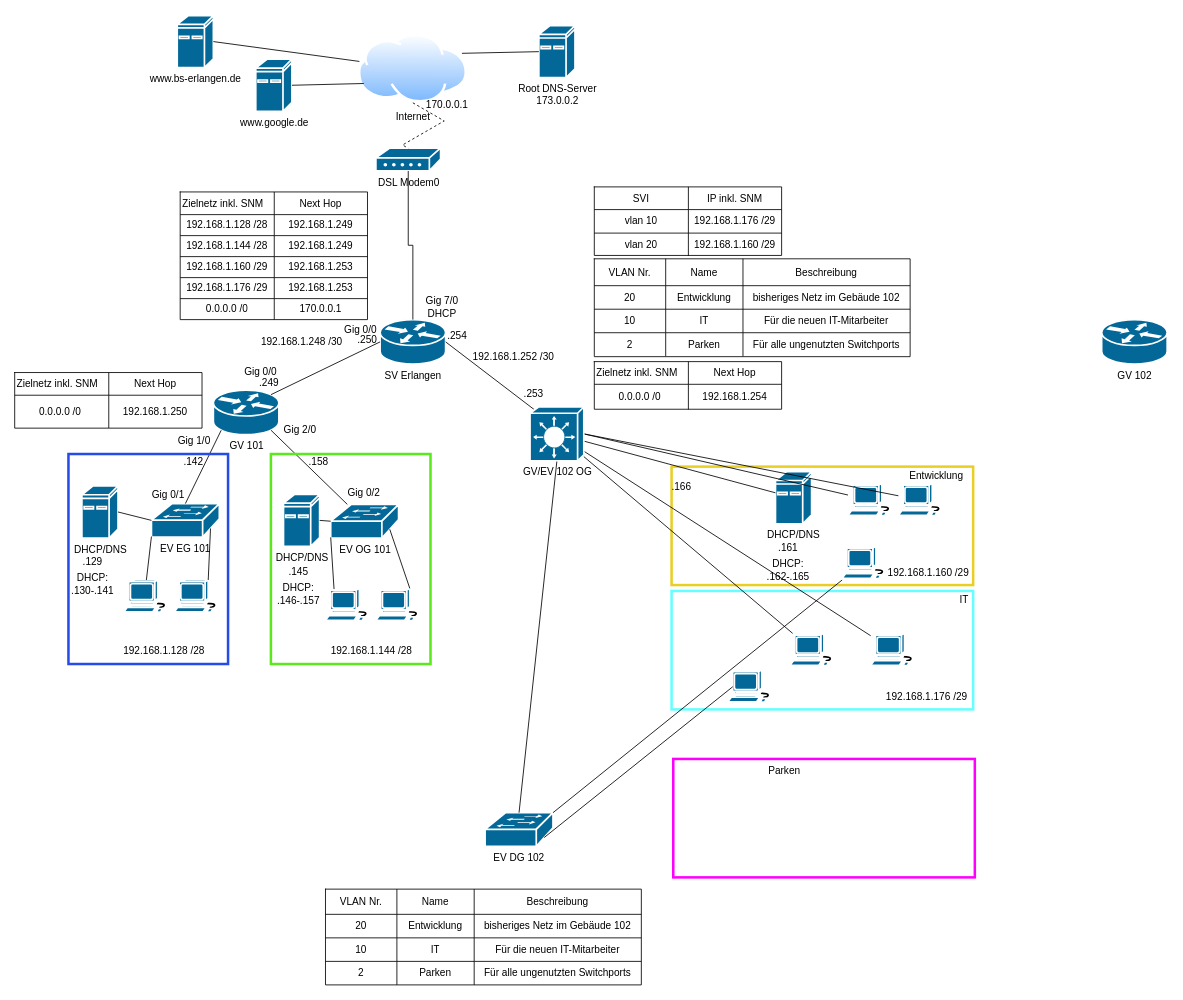
This is SchematischeNetzübersicht-Grundnetz_Lösung.drawio from NikoKaufi/Schule-CPT, a draw.io file, before an edit. Source tidied: cells renumbered, new cells numbered last; positions are measured from the earlier drawing's top-left corner, leaving out a move shared by most shapes. Both pictures are drawn from the tidied source at 84%, with x=0, y=0 at pixel (14, 15).
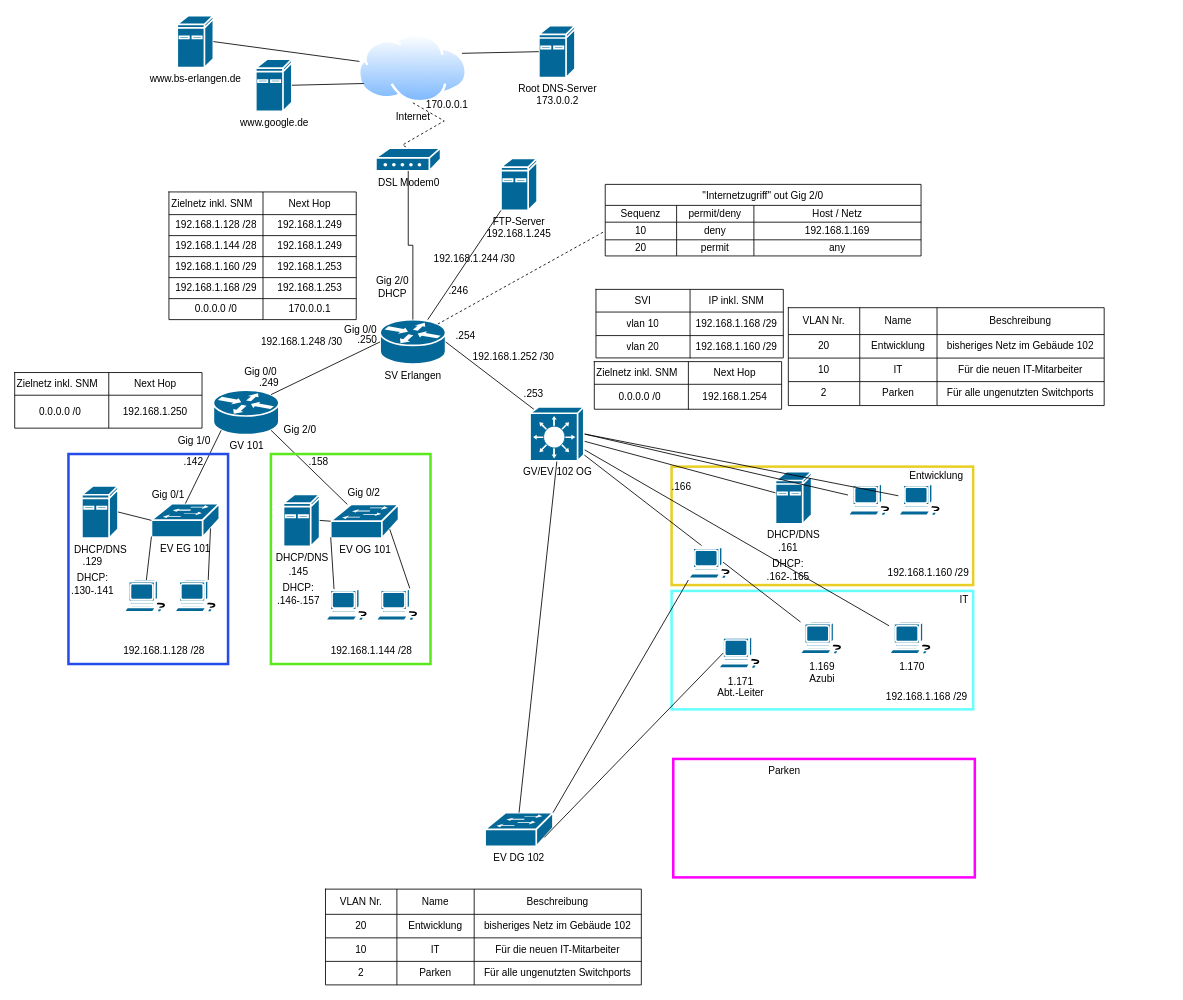
The same page after the edit.

Unchanged cells that the change refers to:
```xml
<mxCell id="15" value="SV Erlangen" style="shape=mxgraph.cisco.routers.router;sketch=0;html=1;dashed=0;fillColor=#036897;strokeColor=#ffffff;strokeWidth=2;verticalLabelPosition=bottom;verticalAlign=top;align=center;outlineConnect=0;" parent="1" vertex="1">
  <mxGeometry x="435" y="362" width="78" height="53" as="geometry" />
</mxCell>
<mxCell id="81" style="shape=tableRow;horizontal=0;startSize=0;swimlaneHead=0;swimlaneBody=0;strokeColor=inherit;top=0;left=0;bottom=0;right=0;fillColor=none;" parent="68" vertex="1">
  <mxGeometry y="102" width="223" height="25" as="geometry" />
</mxCell>
<mxCell id="156" style="shape=tableRow;horizontal=0;startSize=0;swimlaneHead=0;swimlaneBody=0;strokeColor=inherit;top=0;left=0;bottom=0;right=0;fillColor=none;" parent="152" vertex="1">
  <mxGeometry y="27" width="223" height="28" as="geometry" />
</mxCell>
```

What changed in the source:
```diff
@@
-    <mxCell id="16" value="GV 102" style="shape=mxgraph.cisco.routers.router;sketch=0;html=1;dashed=0;fillColor=#036897;strokeColor=#ffffff;strokeWidth=2;verticalLabelPosition=bottom;verticalAlign=top;align=center;" parent="1" vertex="1">
-      <mxGeometry x="1294" y="362" width="78" height="53" as="geometry" />
-    </mxCell>
@@
     <mxCell id="47" value=".254" style="text;html=1;strokeColor=none;fillColor=none;align=center;verticalAlign=middle;whiteSpace=wrap;rounded=0;" parent="1" vertex="1">
-      <mxGeometry x="497" y="367" width="60" height="30" as="geometry" />
+      <mxGeometry x="507" y="367" width="60" height="30" as="geometry" />
     </mxCell>
@@
     <mxCell id="68" style="shape=table;startSize=0;childLayout=tableLayout;" parent="1" vertex="1">
-      <mxGeometry x="197" y="210" width="223" height="152" as="geometry" />
+      <mxGeometry x="183.6" y="210" width="223" height="152" as="geometry" />
     </mxCell>
@@
-    <mxCell id="82" value="192.168.1.176&amp;nbsp;/29" style="shape=partialRectangle;html=1;whiteSpace=wrap;strokeColor=inherit;overflow=hidden;fillColor=none;top=0;left=0;bottom=0;right=0;" parent="81" vertex="1">
+    <mxCell id="82" value="192.168.1.168 /29" style="shape=partialRectangle;html=1;whiteSpace=wrap;strokeColor=inherit;overflow=hidden;fillColor=none;top=0;left=0;bottom=0;right=0;" parent="81" vertex="1">
       <mxGeometry width="112" height="25" as="geometry" />
     </mxCell>
@@
-    <mxCell id="94" value="Gig 7/0&lt;div&gt;DHCP&lt;/div&gt;" style="text;html=1;align=center;verticalAlign=middle;whiteSpace=wrap;rounded=0;" parent="1" vertex="1">
-      <mxGeometry x="479" y="332" width="60" height="30" as="geometry" />
+    <mxCell id="94" value="Gig 2/0&lt;div&gt;DHCP&lt;/div&gt;" style="text;html=1;align=center;verticalAlign=middle;whiteSpace=wrap;rounded=0;" parent="1" vertex="1">
+      <mxGeometry x="420" y="308" width="60" height="30" as="geometry" />
     </mxCell>
@@
-    <mxCell id="103" style="shape=mxgraph.cisco.computers_and_peripherals.workstation;sketch=0;html=1;dashed=0;fillColor=#036897;strokeColor=#ffffff;strokeWidth=2;verticalLabelPosition=bottom;verticalAlign=top;align=center;outlineConnect=0;" parent="1" vertex="1">
-      <mxGeometry x="923" y="735.5" width="53.5" height="40" as="geometry" />
+    <mxCell id="103" value="1.169&lt;div&gt;Azubi&lt;/div&gt;" style="shape=mxgraph.cisco.computers_and_peripherals.workstation;sketch=0;html=1;dashed=0;fillColor=#036897;strokeColor=#ffffff;strokeWidth=2;verticalLabelPosition=bottom;verticalAlign=top;align=center;outlineConnect=0;" parent="1" vertex="1">
+      <mxGeometry x="934.7" y="722" width="53.5" height="40" as="geometry" />
     </mxCell>
-    <mxCell id="104" style="shape=mxgraph.cisco.computers_and_peripherals.workstation;sketch=0;html=1;dashed=0;fillColor=#036897;strokeColor=#ffffff;strokeWidth=2;verticalLabelPosition=bottom;verticalAlign=top;align=center;outlineConnect=0;" parent="1" vertex="1">
-      <mxGeometry x="1019" y="735.5" width="53.5" height="40" as="geometry" />
+    <mxCell id="104" value="1.170" style="shape=mxgraph.cisco.computers_and_peripherals.workstation;sketch=0;html=1;dashed=0;fillColor=#036897;strokeColor=#ffffff;strokeWidth=2;verticalLabelPosition=bottom;verticalAlign=top;align=center;outlineConnect=0;" parent="1" vertex="1">
+      <mxGeometry x="1041" y="722" width="53.5" height="40" as="geometry" />
     </mxCell>
-    <mxCell id="105" value="192.168.1.176 /29" style="text;html=1;strokeColor=none;fillColor=none;align=center;verticalAlign=middle;whiteSpace=wrap;rounded=0;" parent="1" vertex="1">
+    <mxCell id="105" value="192.168.1.168 /29" style="text;html=1;strokeColor=none;fillColor=none;align=center;verticalAlign=middle;whiteSpace=wrap;rounded=0;" parent="1" vertex="1">
       <mxGeometry x="1031" y="796" width="110" height="30" as="geometry" />
     </mxCell>
@@
     <mxCell id="108" style="shape=table;startSize=0;childLayout=tableLayout;" parent="1" vertex="1">
-      <mxGeometry x="690" y="289.6" width="376" height="116.5" as="geometry" />
+      <mxGeometry x="921" y="347.8" width="376" height="116.5" as="geometry" />
     </mxCell>
@@
-    <mxCell id="146" style="shape=mxgraph.cisco.computers_and_peripherals.workstation;sketch=0;html=1;dashed=0;fillColor=#036897;strokeColor=#ffffff;strokeWidth=2;verticalLabelPosition=bottom;verticalAlign=top;align=center;outlineConnect=0;" parent="1" vertex="1">
-      <mxGeometry x="849" y="779" width="53.5" height="40" as="geometry" />
+    <mxCell id="146" value="1.171&lt;div&gt;Abt.-Leiter&lt;/div&gt;" style="shape=mxgraph.cisco.computers_and_peripherals.workstation;sketch=0;html=1;dashed=0;fillColor=#036897;strokeColor=#ffffff;strokeWidth=2;verticalLabelPosition=bottom;verticalAlign=top;align=center;outlineConnect=0;" parent="1" vertex="1">
+      <mxGeometry x="837.5" y="739" width="53.5" height="40" as="geometry" />
     </mxCell>
     <mxCell id="147" style="shape=mxgraph.cisco.computers_and_peripherals.workstation;sketch=0;html=1;dashed=0;fillColor=#036897;strokeColor=#ffffff;strokeWidth=2;verticalLabelPosition=bottom;verticalAlign=top;align=center;outlineConnect=0;" parent="1" vertex="1">
-      <mxGeometry x="985" y="632" width="53.5" height="40" as="geometry" />
+      <mxGeometry x="802" y="632" width="53.5" height="40" as="geometry" />
     </mxCell>
@@
     <mxCell id="152" style="shape=table;startSize=0;childLayout=tableLayout;" parent="1" vertex="1">
-      <mxGeometry x="690" y="204" width="223" height="81.6" as="geometry" />
+      <mxGeometry x="692" y="326" width="223" height="81.6" as="geometry" />
     </mxCell>
@@
-    <mxCell id="158" value="192.168.1.176 /29" style="shape=partialRectangle;html=1;whiteSpace=wrap;strokeColor=inherit;overflow=hidden;fillColor=none;top=0;left=0;bottom=0;right=0;" parent="156" vertex="1">
+    <mxCell id="158" value="192.168.1.168 /29" style="shape=partialRectangle;html=1;whiteSpace=wrap;strokeColor=inherit;overflow=hidden;fillColor=none;top=0;left=0;bottom=0;right=0;" parent="156" vertex="1">
       <mxGeometry x="112" width="111" height="28" as="geometry" />
     </mxCell>
@@
+    <mxCell id="162" value="&quot;Internetzugriff&quot; out Gig 2/0" style="shape=table;startSize=25;childLayout=tableLayout;" parent="1" vertex="1">
+      <mxGeometry x="703" y="201" width="376" height="85.2" as="geometry" />
+    </mxCell>
+    <mxCell id="163" style="shape=tableRow;horizontal=0;startSize=0;swimlaneHead=0;swimlaneBody=0;strokeColor=inherit;top=0;left=0;bottom=0;right=0;fillColor=none;" parent="162" vertex="1">
+      <mxGeometry y="25" width="376" height="20" as="geometry" />
+    </mxCell>
+    <mxCell id="164" value="Sequenz" style="shape=partialRectangle;html=1;whiteSpace=wrap;strokeColor=inherit;overflow=hidden;fillColor=none;top=0;left=0;bottom=0;right=0;" parent="163" vertex="1">
+      <mxGeometry width="85" height="20" as="geometry" />
+    </mxCell>
+    <mxCell id="165" value="permit/deny" style="shape=partialRectangle;html=1;whiteSpace=wrap;strokeColor=inherit;overflow=hidden;fillColor=none;top=0;left=0;bottom=0;right=0;" parent="163" vertex="1">
+      <mxGeometry x="85" width="92" height="20" as="geometry" />
+    </mxCell>
+    <mxCell id="166" value="Host / Netz" style="shape=partialRectangle;html=1;whiteSpace=wrap;strokeColor=inherit;overflow=hidden;fillColor=none;top=0;left=0;bottom=0;right=0;" parent="163" vertex="1">
+      <mxGeometry x="177" width="199" height="20" as="geometry" />
+    </mxCell>
+    <mxCell id="167" style="shape=tableRow;horizontal=0;startSize=0;swimlaneHead=0;swimlaneBody=0;strokeColor=inherit;top=0;left=0;bottom=0;right=0;fillColor=none;points=[[0,0.5],[1,0.5]];portConstraint=eastwest;" parent="162" vertex="1">
+      <mxGeometry y="45" width="376" height="21" as="geometry" />
+    </mxCell>
+    <mxCell id="168" value="10" style="shape=partialRectangle;html=1;whiteSpace=wrap;strokeColor=inherit;overflow=hidden;fillColor=none;top=0;left=0;bottom=0;right=0;" parent="167" vertex="1">
+      <mxGeometry width="85" height="21" as="geometry" />
+    </mxCell>
+    <mxCell id="169" value="deny" style="shape=partialRectangle;html=1;whiteSpace=wrap;strokeColor=inherit;overflow=hidden;fillColor=none;top=0;left=0;bottom=0;right=0;" parent="167" vertex="1">
+      <mxGeometry x="85" width="92" height="21" as="geometry" />
+    </mxCell>
+    <mxCell id="170" value="192.168.1.169" style="shape=partialRectangle;html=1;whiteSpace=wrap;strokeColor=inherit;overflow=hidden;fillColor=none;top=0;left=0;bottom=0;right=0;" parent="167" vertex="1">
+      <mxGeometry x="177" width="199" height="21" as="geometry" />
+    </mxCell>
+    <mxCell id="171" style="shape=tableRow;horizontal=0;startSize=0;swimlaneHead=0;swimlaneBody=0;strokeColor=inherit;top=0;left=0;bottom=0;right=0;fillColor=none;" parent="162" vertex="1">
+      <mxGeometry y="66" width="376" height="19" as="geometry" />
+    </mxCell>
+    <mxCell id="172" value="20" style="shape=partialRectangle;html=1;whiteSpace=wrap;strokeColor=inherit;overflow=hidden;fillColor=none;top=0;left=0;bottom=0;right=0;" parent="171" vertex="1">
+      <mxGeometry width="85" height="19" as="geometry" />
+    </mxCell>
+    <mxCell id="173" value="permit" style="shape=partialRectangle;html=1;whiteSpace=wrap;strokeColor=inherit;overflow=hidden;fillColor=none;top=0;left=0;bottom=0;right=0;" parent="171" vertex="1">
+      <mxGeometry x="85" width="92" height="19" as="geometry" />
+    </mxCell>
+    <mxCell id="174" value="any" style="shape=partialRectangle;html=1;whiteSpace=wrap;strokeColor=inherit;overflow=hidden;fillColor=none;top=0;left=0;bottom=0;right=0;" parent="171" vertex="1">
+      <mxGeometry x="177" width="199" height="19" as="geometry" />
+    </mxCell>
+    <mxCell id="175" style="endArrow=none;dashed=1;html=1;rounded=0;exitX=0.88;exitY=0.1;exitDx=0;exitDy=0;exitPerimeter=0;entryX=0;entryY=0.5;entryDx=0;entryDy=0;" parent="1" edge="1" source="15" target="167">
+      <mxGeometry relative="1" as="geometry" />
+    </mxCell>
+    <mxCell id="176" value="FTP-Server&lt;br&gt;192.168.1.245" style="shape=mxgraph.cisco.computers_and_peripherals.ibm_mini_as400;sketch=0;html=1;dashed=0;fillColor=#036897;strokeColor=#ffffff;strokeWidth=2;verticalLabelPosition=bottom;verticalAlign=top;align=center;outlineConnect=0;" parent="1" vertex="1">
+      <mxGeometry x="578.9" y="170" width="43" height="62" as="geometry" />
+    </mxCell>
+    <mxCell id="177" value="192.168.1.244 /30" style="text;html=1;align=center;verticalAlign=middle;strokeColor=none;fillColor=none;" parent="1" vertex="1">
+      <mxGeometry x="489" y="277" width="115" height="26" as="geometry" />
+    </mxCell>
+    <mxCell id="178" style="endArrow=none;html=1;rounded=0;exitX=0;exitY=1;exitDx=0;exitDy=0;exitPerimeter=0;" parent="1" edge="1" source="176" target="15">
+      <mxGeometry relative="1" as="geometry" />
+    </mxCell>
+    <mxCell id="179" value=".246" style="text;html=1;align=center;verticalAlign=middle;strokeColor=none;fillColor=none;" parent="1" vertex="1">
+      <mxGeometry x="507" y="315" width="41" height="26" as="geometry" />
+    </mxCell>
```
